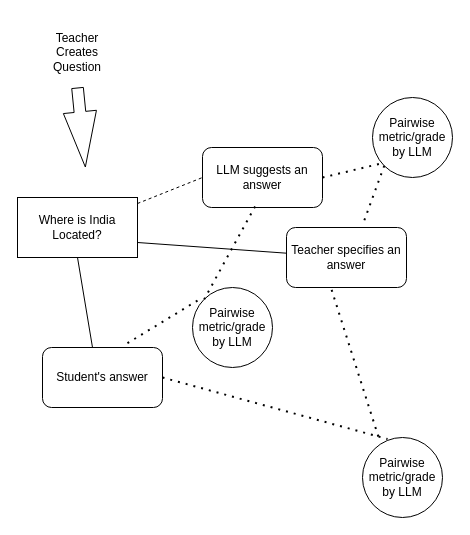
Before: Untitled Diagram.drawio in mazhar-endolit/draw-io, a draw.io diagram. Source tidied: cells renumbered, new cells numbered last; positions are measured from the earlier drawing's top-left corner, leaving out a move shared by most shapes. Both pictures are drawn from the tidied source at 100%, with x=0, y=0 at pixel (17, 17).
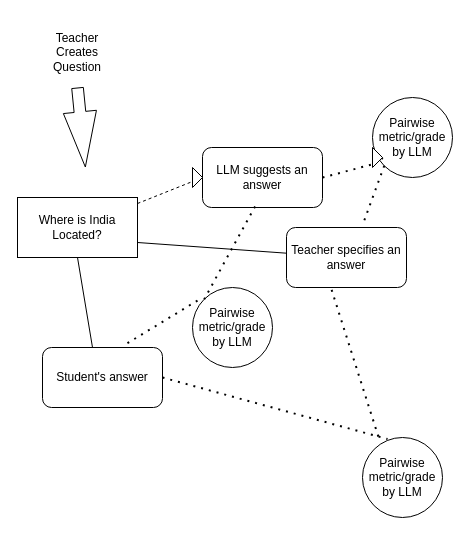
After the change.

Unchanged cells that the change refers to:
```xml
<mxCell id="5" value="LLM suggests an answer" style="rounded=1;whiteSpace=wrap;html=1;" parent="1" vertex="1">
  <mxGeometry x="185" y="130" width="120" height="60" as="geometry" />
</mxCell>
<mxCell id="12" value="Pairwise metric/grade by LLM" style="ellipse;whiteSpace=wrap;html=1;" parent="1" vertex="1">
  <mxGeometry x="355" y="80" width="80" height="80" as="geometry" />
</mxCell>
```

What changed in the source:
```diff
@@
-    <mxCell id="15" style="endArrow=none;dashed=1;html=1;dashPattern=1 3;strokeWidth=2;rounded=0;entryX=0.083;entryY=0.831;entryDx=0;entryDy=0;entryPerimeter=0;exitX=1;exitY=0.5;exitDx=0;exitDy=0;" parent="1" edge="1" source="5" target="12">
+    <mxCell id="15" style="endArrow=none;dashed=1;html=1;dashPattern=1 3;strokeWidth=2;rounded=0;entryX=0.083;entryY=0.831;entryDx=0;entryDy=0;entryPerimeter=0;exitX=1;exitY=0.5;exitDx=0;exitDy=0;" parent="1" edge="1" source="22" target="12">
       <mxGeometry relative="1" as="geometry" />
     </mxCell>
@@
+    <mxCell id="20" style="triangle;whiteSpace=wrap;html=1;" parent="1" vertex="1">
+      <mxGeometry x="175" y="150" width="10" height="20" as="geometry" />
+    </mxCell>
+    <mxCell id="21" style="endArrow=none;dashed=1;html=1;dashPattern=1 3;strokeWidth=2;rounded=0;entryX=0.083;entryY=0.831;entryDx=0;entryDy=0;entryPerimeter=0;exitX=1;exitY=0.5;exitDx=0;exitDy=0;" parent="1" edge="1" source="5" target="22">
+      <mxGeometry relative="1" as="geometry" />
+    </mxCell>
+    <mxCell id="22" style="triangle;whiteSpace=wrap;html=1;" parent="1" vertex="1">
+      <mxGeometry x="355" y="130" width="10" height="20" as="geometry" />
+    </mxCell>
```
